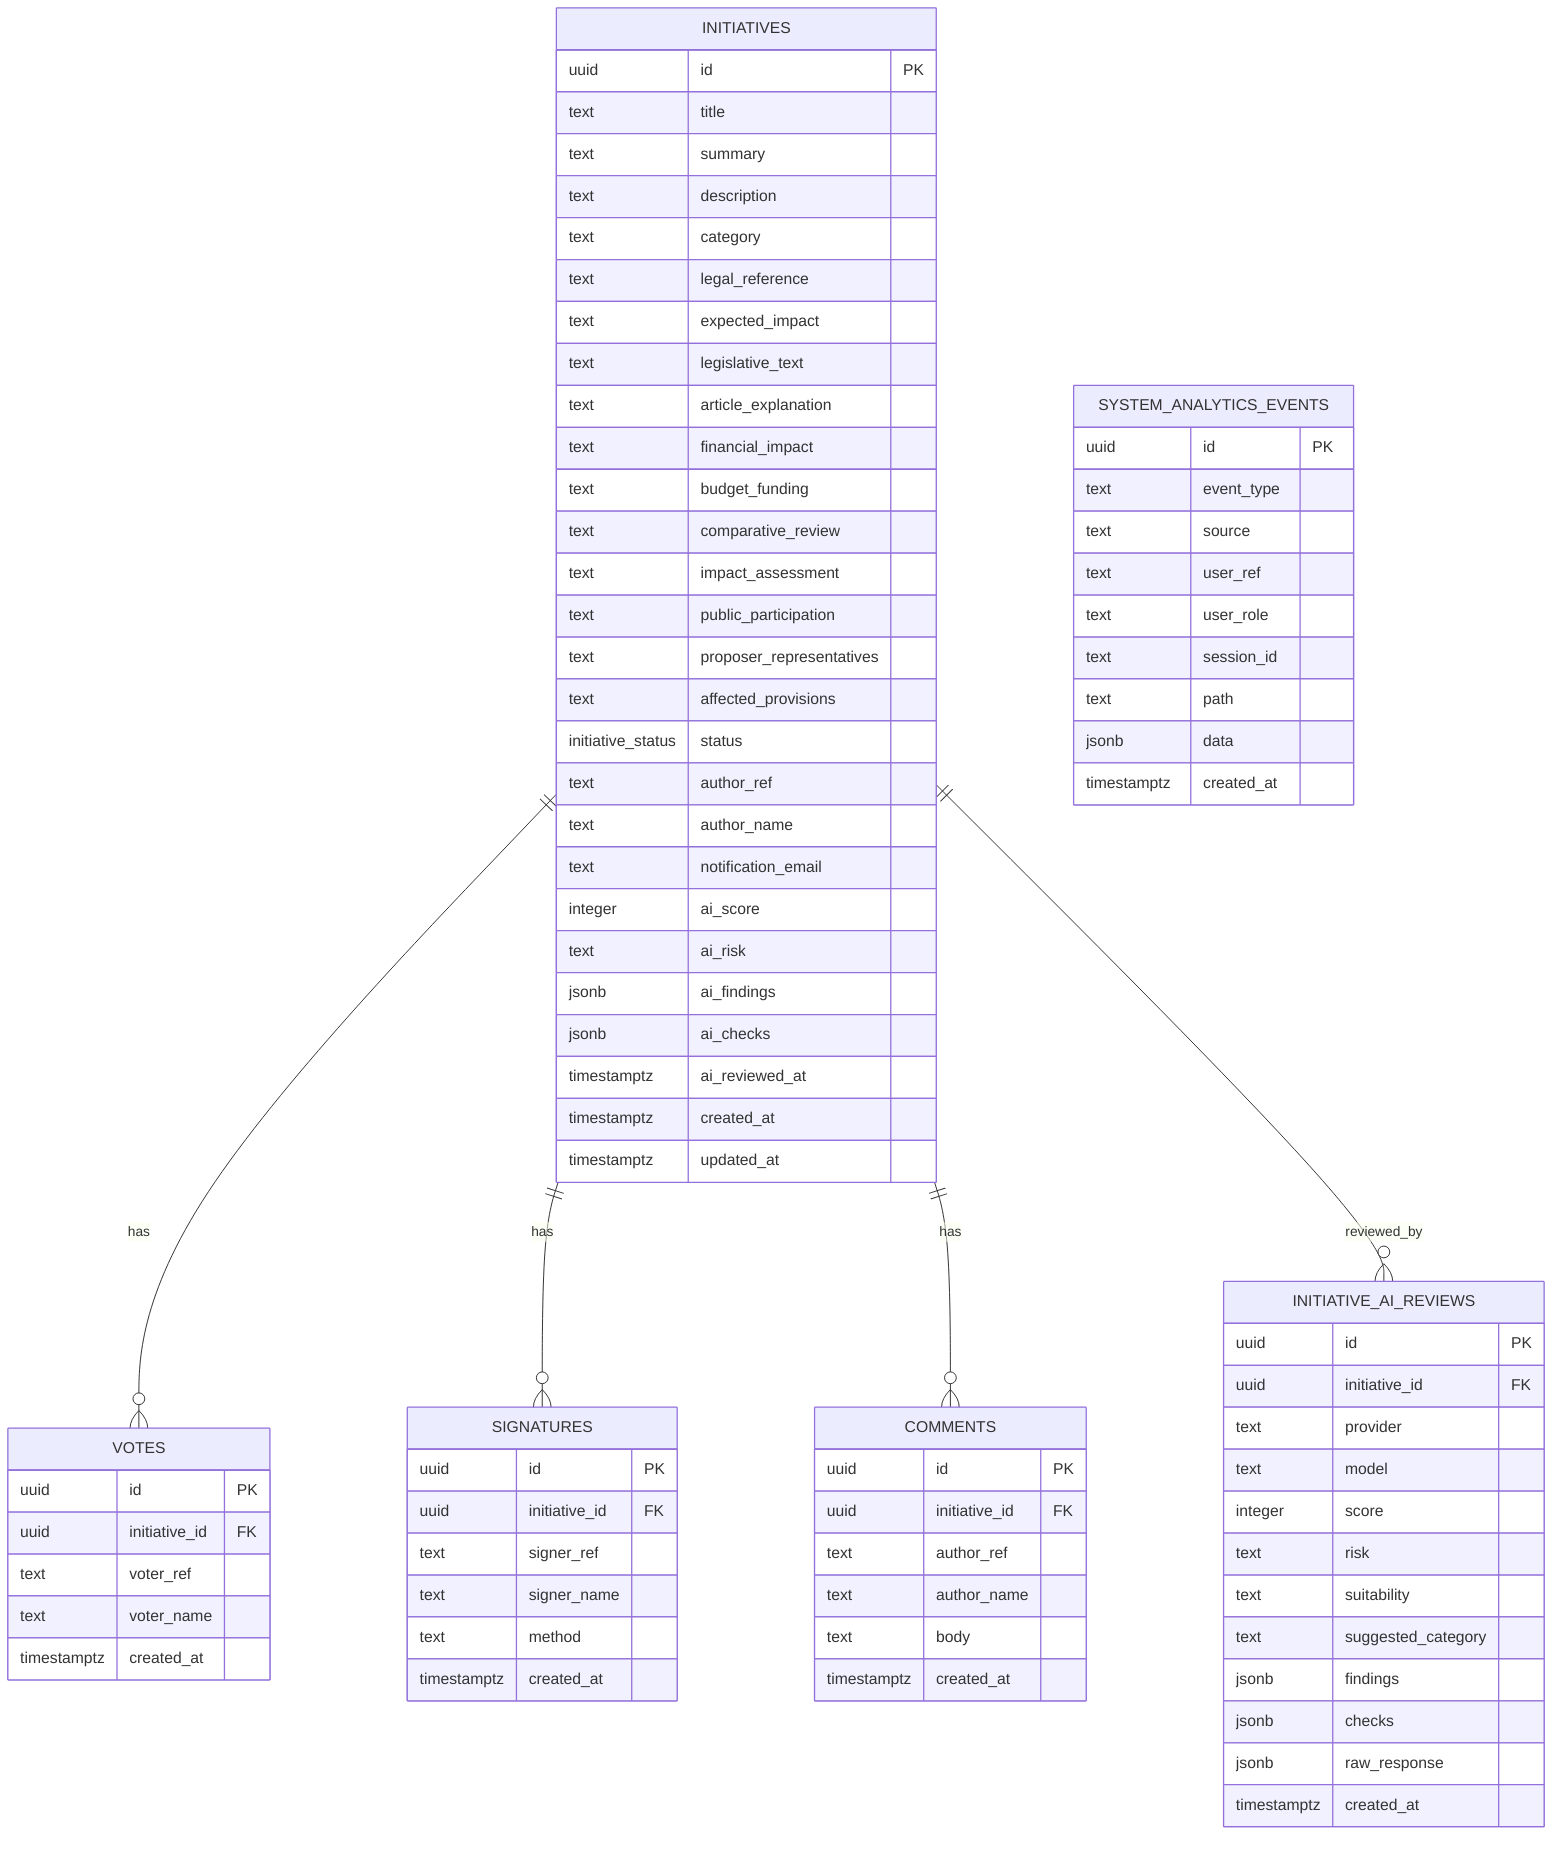
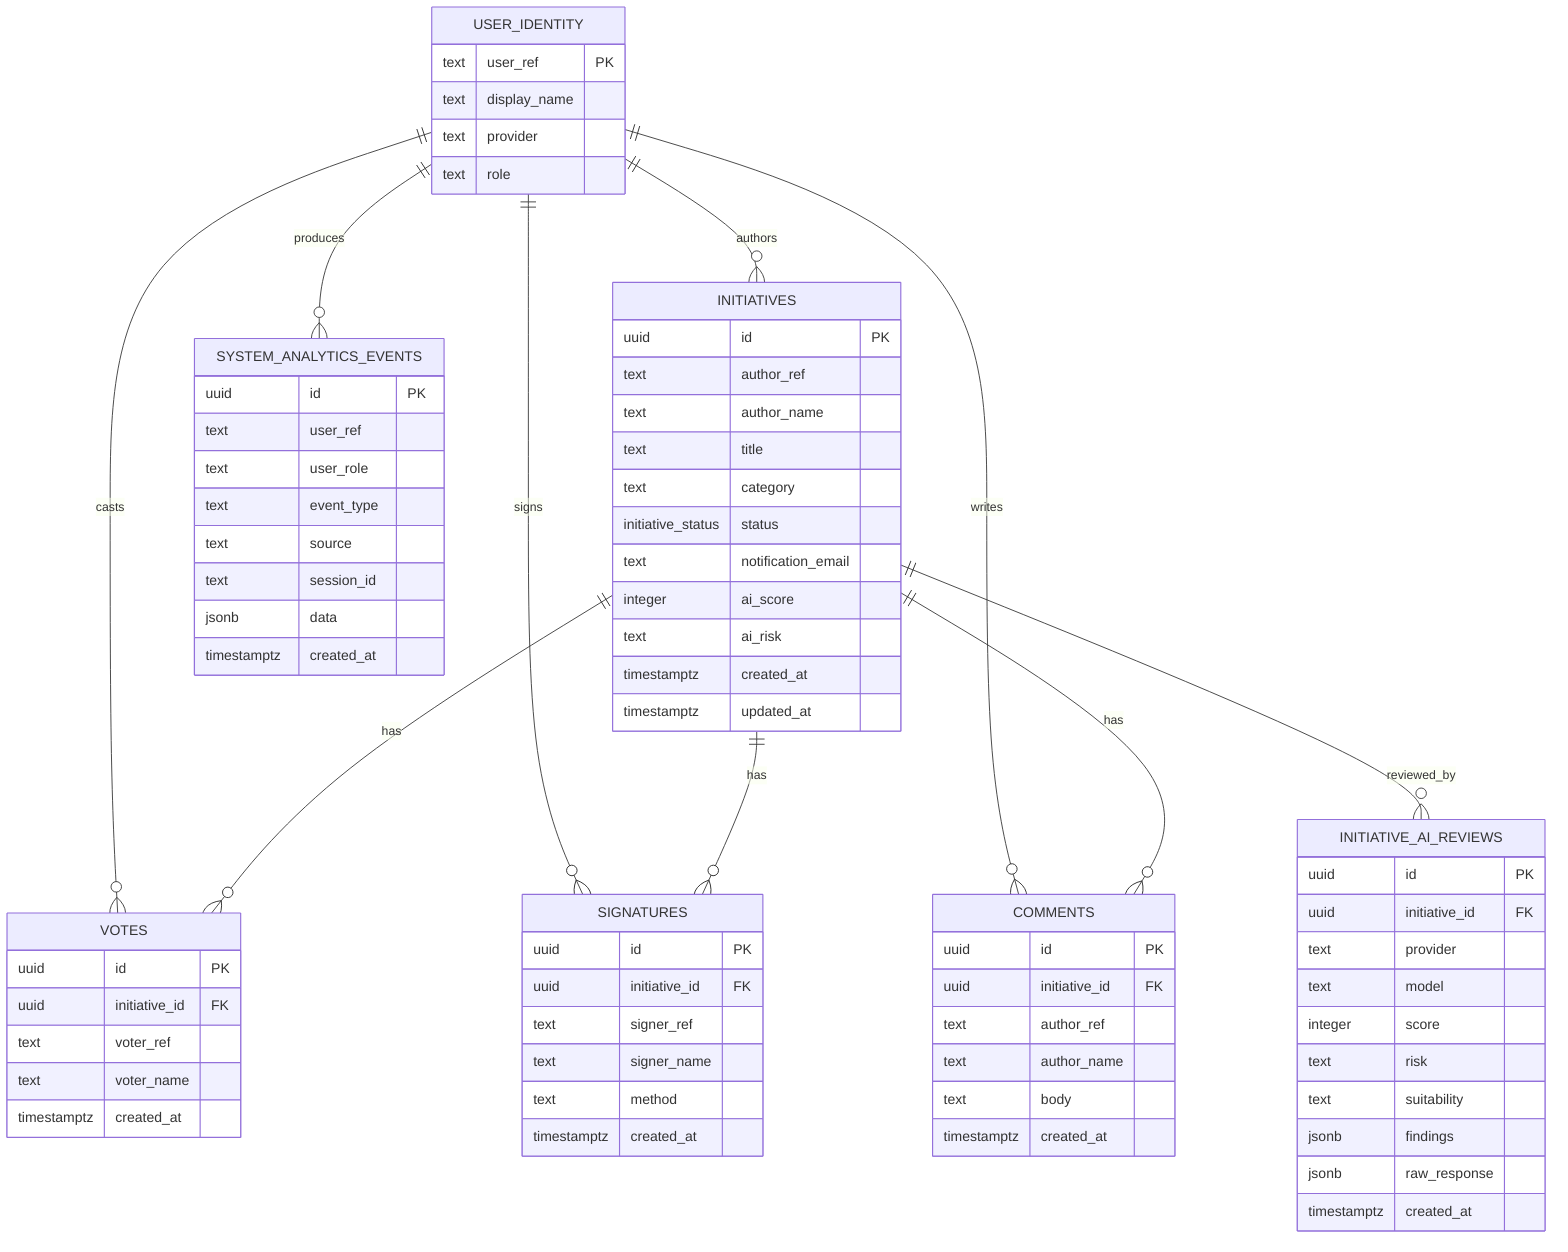
erDiagram
+   %% USER_IDENTITY je konceptualni identifikator uporabnika, ne fizicna Supabase tabela.
+   USER_IDENTITY ||--o{ INITIATIVES : authors
+   USER_IDENTITY ||--o{ VOTES : casts
+   USER_IDENTITY ||--o{ SIGNATURES : signs
+   USER_IDENTITY ||--o{ COMMENTS : writes
+   USER_IDENTITY ||--o{ SYSTEM_ANALYTICS_EVENTS : produces
  INITIATIVES ||--o{ VOTES : has
  INITIATIVES ||--o{ SIGNATURES : has
  INITIATIVES ||--o{ COMMENTS : has
  INITIATIVES ||--o{ INITIATIVE_AI_REVIEWS : reviewed_by

+   USER_IDENTITY {
+     text user_ref PK
+     text display_name
+     text provider
+     text role
+   }
+ 
  INITIATIVES {
    uuid id PK
-     text title
-     text summary
-     text description
-     text category
-     text legal_reference
-     text expected_impact
-     text legislative_text
-     text article_explanation
-     text financial_impact
-     text budget_funding
-     text comparative_review
-     text impact_assessment
-     text public_participation
-     text proposer_representatives
-     text affected_provisions
-     initiative_status status
    text author_ref
    text author_name
+     text title
+     text category
+     initiative_status status
    text notification_email
    integer ai_score
    text ai_risk
-     jsonb ai_findings
-     jsonb ai_checks
-     timestamptz ai_reviewed_at
    timestamptz created_at
    timestamptz updated_at
  }

  VOTES {
    uuid id PK
    uuid initiative_id FK
    text voter_ref
    text voter_name
    timestamptz created_at
  }

  SIGNATURES {
    uuid id PK
    uuid initiative_id FK
    text signer_ref
    text signer_name
    text method
    timestamptz created_at
  }

  COMMENTS {
    uuid id PK
    uuid initiative_id FK
    text author_ref
    text author_name
    text body
    timestamptz created_at
  }

  INITIATIVE_AI_REVIEWS {
    uuid id PK
    uuid initiative_id FK
    text provider
    text model
    integer score
    text risk
    text suitability
-     text suggested_category
    jsonb findings
-     jsonb checks
    jsonb raw_response
    timestamptz created_at
  }

  SYSTEM_ANALYTICS_EVENTS {
    uuid id PK
+     text user_ref
+     text user_role
    text event_type
    text source
-     text user_ref
-     text user_role
    text session_id
-     text path
    jsonb data
    timestamptz created_at
  }
